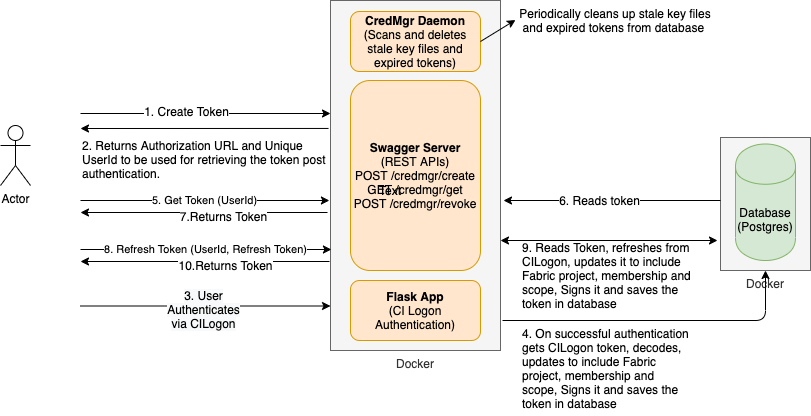
Above: images/credmgr.png in fabric-testbed/CredentialManager (draw.io), before the change. Source tidied: cells renumbered, new cells last; positions are measured from the earlier drawing's top-left corner, leaving out a move shared by most shapes.
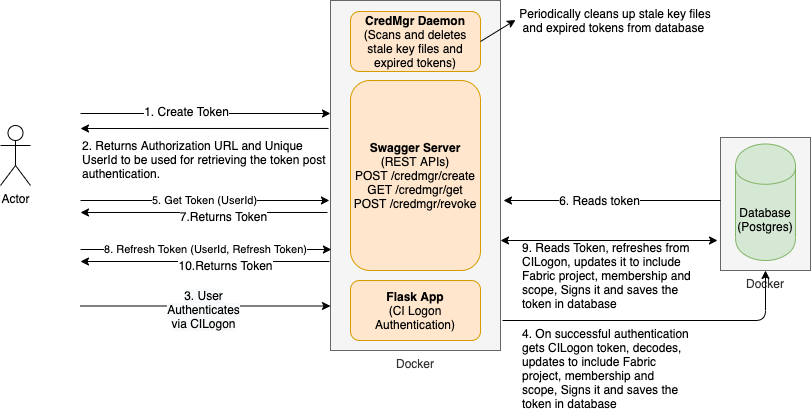
After the commit.

Commit message:
component diagram

Diff of the diagram source:
```diff
@@ -92,9 +92,6 @@
     <mxCell id="23" value="6. Reads token" style="text;html=1;align=center;verticalAlign=middle;labelBackgroundColor=#ffffff;" parent="22" vertex="1">
       <mxGeometry x="0.13" y="-1" relative="1" as="geometry" />
     </mxCell>
-    <mxCell id="24" value="Text" style="text;html=1;strokeColor=none;fillColor=none;align=center;verticalAlign=middle;whiteSpace=wrap;rounded=0;" parent="1" vertex="1">
-      <mxGeometry x="370" y="180" width="40" height="20" as="geometry" />
-    </mxCell>
     <mxCell id="25" style="endArrow=classic;html=1;startArrow=classic;startFill=1;" parent="1" edge="1">
       <mxGeometry relative="1" as="geometry">
         <mxPoint x="717" y="240" as="sourcePoint" />
```
